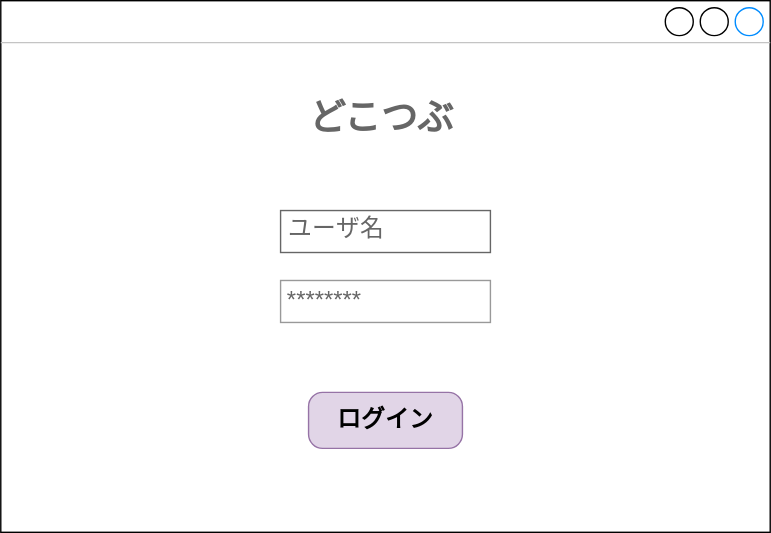
The draw.io diagram 画面設計.drawio.svg in Masaaki-Kobayashi-kccs/sampleRepo2, before a commit. Source tidied: cells renumbered, new cells last; positions are measured from the earlier drawing's top-left corner, leaving out a move shared by most shapes. Its diagram source:
```xml
<mxGraphModel>
  <root>
    <mxCell id="0" />
    <mxCell id="1" parent="0" />
    <mxCell id="2" style="strokeWidth=1;shadow=0;dashed=0;align=center;html=1;shape=mxgraph.mockup.containers.window;align=left;verticalAlign=top;spacingLeft=8;strokeColor2=#008cff;strokeColor3=#c4c4c4;fontColor=#666666;mainText=;fontSize=17;labelBackgroundColor=none;whiteSpace=wrap;" parent="1" vertex="1">
      <mxGeometry width="550" height="380" as="geometry" />
    </mxCell>
    <mxCell id="3" value="********" style="strokeWidth=1;shadow=0;dashed=0;align=center;html=1;shape=mxgraph.mockup.forms.pwField;strokeColor=#999999;mainText=;align=left;fontColor=#666666;fontSize=17;spacingLeft=3;" parent="1" vertex="1">
      <mxGeometry x="200" y="200" width="150" height="30" as="geometry" />
    </mxCell>
    <mxCell id="4" value="ユーザ名" style="strokeWidth=1;shadow=0;dashed=0;align=center;html=1;shape=mxgraph.mockup.text.textBox;fontColor=#666666;align=left;fontSize=17;spacingLeft=4;spacingTop=-3;whiteSpace=wrap;strokeColor=#666666;mainText=;" parent="1" vertex="1">
      <mxGeometry x="200" y="150" width="150" height="30" as="geometry" />
    </mxCell>
    <mxCell id="5" value="ログイン" style="strokeWidth=1;shadow=0;dashed=0;align=center;html=1;shape=mxgraph.mockup.buttons.button;mainText=;buttonStyle=round;fontSize=17;fontStyle=1;whiteSpace=wrap;fillColor=#e1d5e7;strokeColor=#9673a6;" parent="1" vertex="1">
      <mxGeometry x="220" y="280" width="110" height="40" as="geometry" />
    </mxCell>
    <mxCell id="6" value="&lt;b&gt;&lt;font style=&quot;font-size: 26px;&quot;&gt;どこつぶ&lt;/font&gt;&lt;/b&gt;" style="strokeWidth=1;shadow=0;dashed=0;align=right;html=1;shape=mxgraph.mockup.text.textBox;fontColor=#666666;align=left;fontSize=17;spacingLeft=4;spacingTop=-3;whiteSpace=wrap;strokeColor=none;mainText=;flipV=1;flipH=1;direction=east;" parent="1" vertex="1">
      <mxGeometry x="215" y="60" width="120" height="50" as="geometry" />
    </mxCell>
  </root>
</mxGraphModel>
```
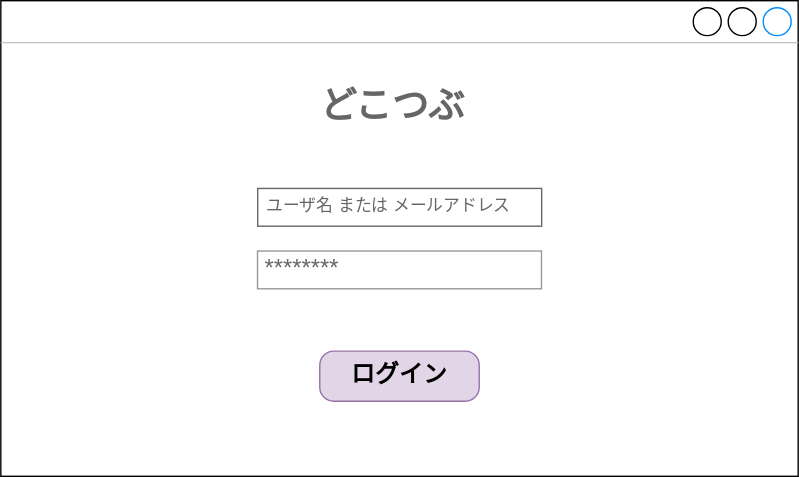
The same diagram one commit later.

Commit message:
画面設計.drawio.svg を更新します

Diff of the diagram source:
```diff
@@ -2,20 +2,23 @@
   <root>
     <mxCell id="0" />
     <mxCell id="1" parent="0" />
+    <mxCell id="7" style="group;" parent="1" vertex="1">
+      <mxGeometry x="-50" y="-90" width="570" height="340" as="geometry" />
+    </mxCell>
-    <mxCell id="2" style="strokeWidth=1;shadow=0;dashed=0;align=center;html=1;shape=mxgraph.mockup.containers.window;align=left;verticalAlign=top;spacingLeft=8;strokeColor2=#008cff;strokeColor3=#c4c4c4;fontColor=#666666;mainText=;fontSize=17;labelBackgroundColor=none;whiteSpace=wrap;" parent="1" vertex="1">
-      <mxGeometry width="550" height="380" as="geometry" />
+    <mxCell id="2" style="strokeWidth=1;shadow=0;dashed=0;align=center;html=1;shape=mxgraph.mockup.containers.window;align=left;verticalAlign=top;spacingLeft=8;strokeColor2=#008cff;strokeColor3=#c4c4c4;fontColor=#666666;mainText=;fontSize=17;labelBackgroundColor=none;whiteSpace=wrap;" parent="7" vertex="1">
+      <mxGeometry width="570" height="340" as="geometry" />
     </mxCell>
-    <mxCell id="3" value="********" style="strokeWidth=1;shadow=0;dashed=0;align=center;html=1;shape=mxgraph.mockup.forms.pwField;strokeColor=#999999;mainText=;align=left;fontColor=#666666;fontSize=17;spacingLeft=3;" parent="1" vertex="1">
-      <mxGeometry x="200" y="200" width="150" height="30" as="geometry" />
+    <mxCell id="3" value="********" style="strokeWidth=1;shadow=0;dashed=0;align=center;html=1;shape=mxgraph.mockup.forms.pwField;strokeColor=#999999;mainText=;align=left;fontColor=#666666;fontSize=17;spacingLeft=3;" parent="7" vertex="1">
+      <mxGeometry x="183.5" y="178.9" width="203" height="27" as="geometry" />
     </mxCell>
-    <mxCell id="4" value="ユーザ名" style="strokeWidth=1;shadow=0;dashed=0;align=center;html=1;shape=mxgraph.mockup.text.textBox;fontColor=#666666;align=left;fontSize=17;spacingLeft=4;spacingTop=-3;whiteSpace=wrap;strokeColor=#666666;mainText=;" parent="1" vertex="1">
-      <mxGeometry x="200" y="150" width="150" height="30" as="geometry" />
+    <mxCell id="4" value="&lt;font style=&quot;font-size: 12px;&quot;&gt;ユーザ名 または メールアドレス&lt;/font&gt;" style="strokeWidth=1;shadow=0;dashed=0;align=center;html=1;shape=mxgraph.mockup.text.textBox;fontColor=#666666;align=left;fontSize=17;spacingLeft=4;spacingTop=-3;whiteSpace=wrap;strokeColor=#666666;mainText=;" parent="7" vertex="1">
+      <mxGeometry x="183.6" y="134.2" width="203" height="27" as="geometry" />
     </mxCell>
-    <mxCell id="5" value="ログイン" style="strokeWidth=1;shadow=0;dashed=0;align=center;html=1;shape=mxgraph.mockup.buttons.button;mainText=;buttonStyle=round;fontSize=17;fontStyle=1;whiteSpace=wrap;fillColor=#e1d5e7;strokeColor=#9673a6;" parent="1" vertex="1">
-      <mxGeometry x="220" y="280" width="110" height="40" as="geometry" />
+    <mxCell id="5" value="ログイン" style="strokeWidth=1;shadow=0;dashed=0;align=center;html=1;shape=mxgraph.mockup.buttons.button;mainText=;buttonStyle=round;fontSize=17;fontStyle=1;whiteSpace=wrap;fillColor=#e1d5e7;strokeColor=#9673a6;" parent="7" vertex="1">
+      <mxGeometry x="228" y="250.5" width="114" height="35.8" as="geometry" />
     </mxCell>
-    <mxCell id="6" value="&lt;b&gt;&lt;font style=&quot;font-size: 26px;&quot;&gt;どこつぶ&lt;/font&gt;&lt;/b&gt;" style="strokeWidth=1;shadow=0;dashed=0;align=right;html=1;shape=mxgraph.mockup.text.textBox;fontColor=#666666;align=left;fontSize=17;spacingLeft=4;spacingTop=-3;whiteSpace=wrap;strokeColor=none;mainText=;flipV=1;flipH=1;direction=east;" parent="1" vertex="1">
-      <mxGeometry x="215" y="60" width="120" height="50" as="geometry" />
+    <mxCell id="6" value="&lt;b&gt;&lt;font style=&quot;font-size: 26px;&quot;&gt;どこつぶ&lt;/font&gt;&lt;/b&gt;" style="strokeWidth=1;shadow=0;dashed=0;align=right;html=1;shape=mxgraph.mockup.text.textBox;fontColor=#666666;align=left;fontSize=17;spacingLeft=4;spacingTop=-3;whiteSpace=wrap;strokeColor=none;mainText=;flipV=1;flipH=1;direction=east;" parent="7" vertex="1">
+      <mxGeometry x="222.8" y="53.7" width="124.4" height="44.7" as="geometry" />
     </mxCell>
   </root>
 </mxGraphModel>
```
